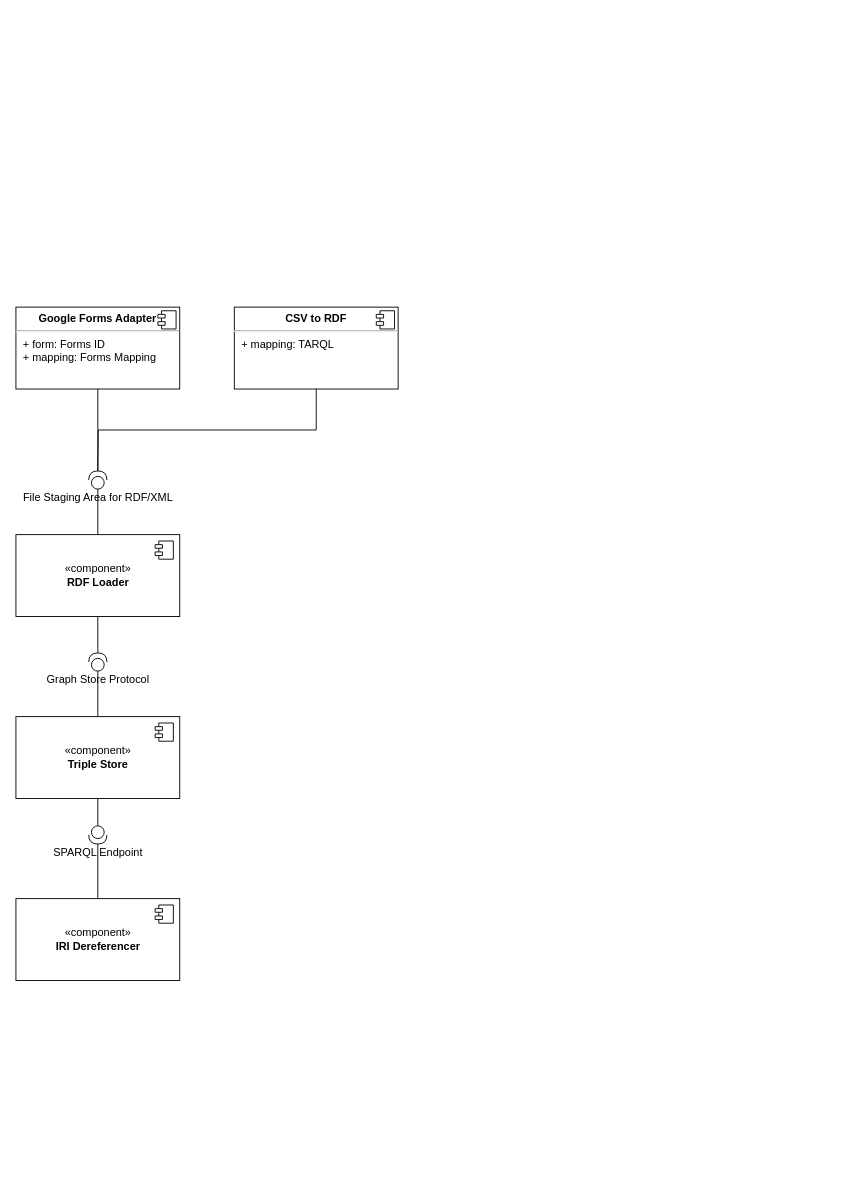
This is page "UML Component Diagram" (2 of 2) of DigitalLibrary/InputAdapters.drawio from miguel76/ECODIGIT-architecture, a draw.io file, before an edit. Source tidied: cells renumbered, new cells numbered last; positions are measured from the earlier drawing's top-left corner, leaving out a move shared by most shapes. Both pictures are drawn from the tidied source at 91%, with x=0, y=0 at pixel (15, 307).
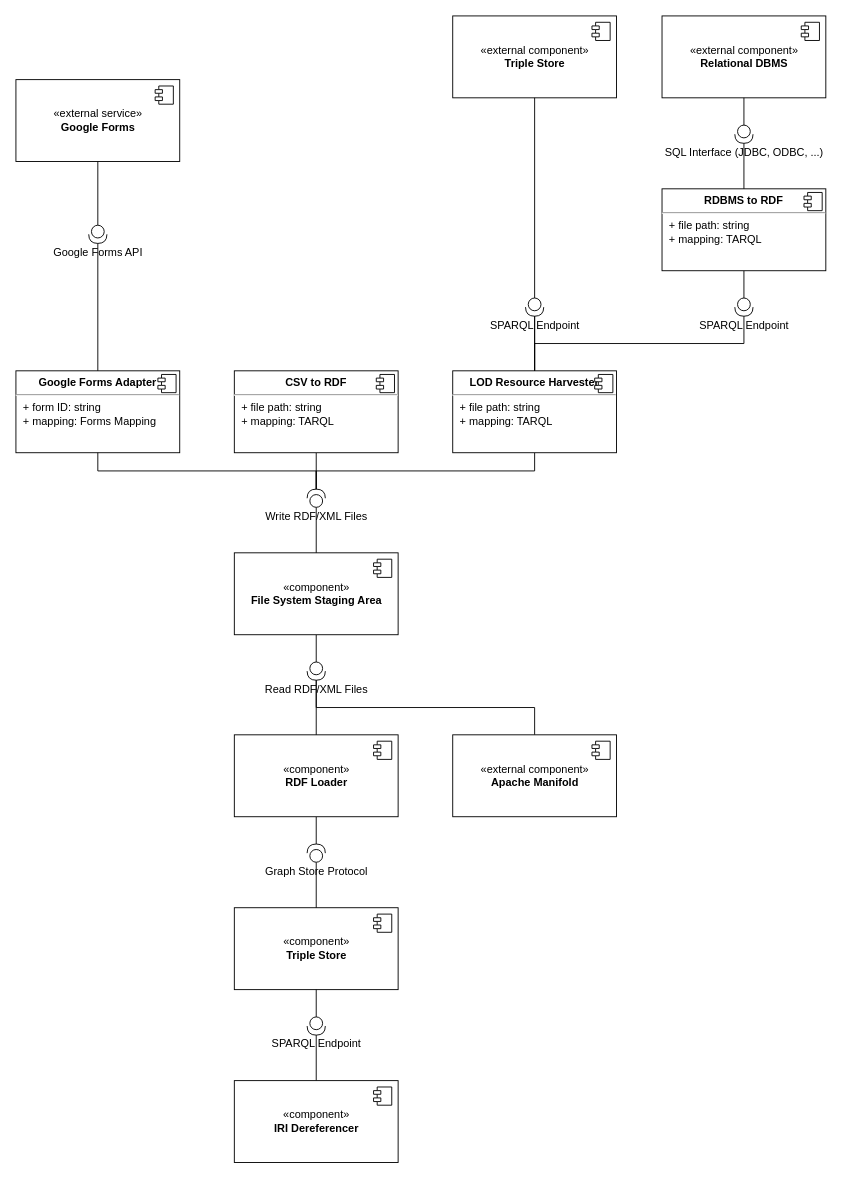
Above is the later version.

Diff of the diagram source:
```diff
@@
     <mxCell id="2" value="«component»&lt;br&gt;&lt;b&gt;Triple Store&lt;/b&gt;" style="html=1;" parent="1" vertex="1">
-      <mxGeometry y="450" width="180" height="90" as="geometry" />
+      <mxGeometry x="240" y="660" width="180" height="90" as="geometry" />
     </mxCell>
@@
-    <mxCell id="4" value="&lt;p style=&quot;margin: 0px ; margin-top: 6px ; text-align: center&quot;&gt;&lt;b&gt;Google Forms Adapter&lt;/b&gt;&lt;/p&gt;&lt;hr&gt;&lt;p style=&quot;margin: 0px ; margin-left: 8px&quot;&gt;+&amp;nbsp;&lt;span&gt;form&lt;/span&gt;&lt;span&gt;: Forms ID&lt;/span&gt;&lt;/p&gt;&lt;p style=&quot;margin: 0px ; margin-left: 8px&quot;&gt;+&amp;nbsp;&lt;span&gt;mapping&lt;/span&gt;&lt;span&gt;: Forms Mapping&lt;/span&gt;&lt;span&gt;&lt;br&gt;&lt;/span&gt;&lt;/p&gt;" style="align=left;overflow=fill;html=1;" parent="1" vertex="1">
-      <mxGeometry width="180" height="90" as="geometry" />
+    <mxCell id="4" value="&lt;p style=&quot;margin: 0px ; margin-top: 6px ; text-align: center&quot;&gt;&lt;b&gt;Google Forms Adapter&lt;/b&gt;&lt;/p&gt;&lt;hr&gt;&lt;p style=&quot;margin: 0px ; margin-left: 8px&quot;&gt;+&amp;nbsp;&lt;span&gt;form ID&lt;/span&gt;&lt;span&gt;: string&lt;/span&gt;&lt;/p&gt;&lt;p style=&quot;margin: 0px ; margin-left: 8px&quot;&gt;+&amp;nbsp;&lt;span&gt;mapping&lt;/span&gt;&lt;span&gt;: Forms Mapping&lt;/span&gt;&lt;span&gt;&lt;br&gt;&lt;/span&gt;&lt;/p&gt;" style="align=left;overflow=fill;html=1;" parent="1" vertex="1">
+      <mxGeometry y="70" width="180" height="90" as="geometry" />
     </mxCell>
@@
     <mxCell id="8" value="SPARQL Endpoint" style="shape=providedRequiredInterface;html=1;verticalLabelPosition=bottom;direction=south;" parent="1" vertex="1">
-      <mxGeometry x="80" y="570" width="20" height="20" as="geometry" />
+      <mxGeometry x="320" y="780" width="20" height="20" as="geometry" />
     </mxCell>
@@
     <mxCell id="11" value="Graph Store Protocol" style="shape=providedRequiredInterface;html=1;verticalLabelPosition=bottom;direction=north;" parent="1" vertex="1">
-      <mxGeometry x="80" y="380" width="20" height="20" as="geometry" />
+      <mxGeometry x="320" y="590" width="20" height="20" as="geometry" />
     </mxCell>
     <mxCell id="12" value="«component»&lt;br&gt;&lt;b&gt;IRI Dereferencer&lt;/b&gt;" style="html=1;" parent="1" vertex="1">
-      <mxGeometry y="650" width="180" height="90" as="geometry" />
+      <mxGeometry x="240" y="850" width="180" height="90" as="geometry" />
     </mxCell>
@@
     <mxCell id="14" value="«component»&lt;br&gt;&lt;b&gt;RDF Loader&lt;/b&gt;" style="html=1;" parent="1" vertex="1">
-      <mxGeometry y="250" width="180" height="90" as="geometry" />
+      <mxGeometry x="240" y="470" width="180" height="90" as="geometry" />
     </mxCell>
@@
-    <mxCell id="16" style="edgeStyle=orthogonalEdgeStyle;rounded=0;jettySize=auto;html=1;exitX=0;exitY=0.5;exitDx=0;exitDy=0;exitPerimeter=0;entryX=0.5;entryY=0;entryDx=0;entryDy=0;endArrow=none;endFill=0;" parent="1" edge="1" source="18" target="14">
-      <mxGeometry relative="1" as="geometry" />
-    </mxCell>
-    <mxCell id="17" style="edgeStyle=orthogonalEdgeStyle;rounded=0;jettySize=auto;html=1;exitX=1;exitY=0.5;exitDx=0;exitDy=0;entryX=0.5;entryY=1;entryDx=0;entryDy=0;endArrow=none;endFill=0;exitPerimeter=0;" parent="1" edge="1" source="18" target="4">
+    <mxCell id="17" style="edgeStyle=orthogonalEdgeStyle;rounded=0;jettySize=auto;html=1;exitX=1;exitY=0.5;exitDx=0;exitDy=0;entryX=0.5;entryY=1;entryDx=0;entryDy=0;endArrow=none;endFill=0;exitPerimeter=0;" parent="1" edge="1" source="41" target="4">
       <mxGeometry relative="1" as="geometry" />
     </mxCell>
-    <mxCell id="18" value="File Staging Area for RDF/XML" style="shape=providedRequiredInterface;html=1;verticalLabelPosition=bottom;direction=north;" parent="1" vertex="1">
-      <mxGeometry x="80" y="180" width="20" height="20" as="geometry" />
-    </mxCell>
-    <mxCell id="19" style="edgeStyle=orthogonalEdgeStyle;rounded=0;jettySize=auto;html=1;exitX=0.5;exitY=1;exitDx=0;exitDy=0;endArrow=none;endFill=0;" parent="1" edge="1" source="20">
-      <mxGeometry relative="1" as="geometry">
-        <mxPoint x="90" y="180" as="targetPoint" />
-      </mxGeometry>
+    <mxCell id="19" style="edgeStyle=orthogonalEdgeStyle;rounded=0;jettySize=auto;html=1;exitX=0.5;exitY=1;exitDx=0;exitDy=0;endArrow=none;endFill=0;entryX=1;entryY=0.5;entryDx=0;entryDy=0;entryPerimeter=0;" parent="1" edge="1" source="20" target="41">
+      <mxGeometry relative="1" as="geometry" />
     </mxCell>
-    <mxCell id="20" value="&lt;p style=&quot;margin: 0px ; margin-top: 6px ; text-align: center&quot;&gt;&lt;b&gt;CSV to RDF&lt;/b&gt;&lt;/p&gt;&lt;hr&gt;&lt;p style=&quot;margin: 0px ; margin-left: 8px&quot;&gt;+ mapping: TARQL&lt;/p&gt;" style="align=left;overflow=fill;html=1;" parent="1" vertex="1">
-      <mxGeometry x="240" width="180" height="90" as="geometry" />
+    <mxCell id="20" value="&lt;p style=&quot;margin: 0px ; margin-top: 6px ; text-align: center&quot;&gt;&lt;b&gt;CSV to RDF&lt;/b&gt;&lt;/p&gt;&lt;hr&gt;&lt;p style=&quot;margin: 0px ; margin-left: 8px&quot;&gt;+ file path: string&lt;/p&gt;&lt;p style=&quot;margin: 0px ; margin-left: 8px&quot;&gt;+ mapping: TARQL&lt;br&gt;&lt;/p&gt;" style="align=left;overflow=fill;html=1;" parent="1" vertex="1">
+      <mxGeometry x="240" y="70" width="180" height="90" as="geometry" />
     </mxCell>
@@
+    <mxCell id="22" style="edgeStyle=orthogonalEdgeStyle;rounded=0;jettySize=auto;html=1;exitX=0.5;exitY=1;exitDx=0;exitDy=0;entryX=1;entryY=0.5;entryDx=0;entryDy=0;entryPerimeter=0;endArrow=none;endFill=0;" parent="1" edge="1" source="23" target="41">
+      <mxGeometry relative="1" as="geometry" />
+    </mxCell>
+    <mxCell id="23" value="&lt;p style=&quot;margin: 0px ; margin-top: 6px ; text-align: center&quot;&gt;&lt;b&gt;LOD Resource Harvester&lt;/b&gt;&lt;/p&gt;&lt;hr&gt;&lt;p style=&quot;margin: 0px ; margin-left: 8px&quot;&gt;+ file path: string&lt;/p&gt;&lt;p style=&quot;margin: 0px ; margin-left: 8px&quot;&gt;+ mapping: TARQL&lt;br&gt;&lt;/p&gt;" style="align=left;overflow=fill;html=1;" parent="1" vertex="1">
+      <mxGeometry x="480" y="70" width="180" height="90" as="geometry" />
+    </mxCell>
+    <mxCell id="24" style="shape=component;jettyWidth=8;jettyHeight=4;" parent="23" vertex="1">
+      <mxGeometry x="1" width="20" height="20" relative="1" as="geometry">
+        <mxPoint x="-24" y="4" as="offset" />
+      </mxGeometry>
+    </mxCell>
+    <mxCell id="25" style="edgeStyle=orthogonalEdgeStyle;rounded=0;jettySize=auto;html=1;exitX=0.5;exitY=1;exitDx=0;exitDy=0;entryX=0;entryY=0.5;entryDx=0;entryDy=0;entryPerimeter=0;endArrow=none;endFill=0;" parent="1" edge="1" source="26" target="50">
+      <mxGeometry relative="1" as="geometry" />
+    </mxCell>
+    <mxCell id="26" value="&lt;p style=&quot;margin: 0px ; margin-top: 6px ; text-align: center&quot;&gt;&lt;b&gt;RDBMS to RDF&lt;/b&gt;&lt;/p&gt;&lt;hr&gt;&lt;p style=&quot;margin: 0px ; margin-left: 8px&quot;&gt;+ file path: string&lt;/p&gt;&lt;p style=&quot;margin: 0px ; margin-left: 8px&quot;&gt;+ mapping: TARQL&lt;br&gt;&lt;/p&gt;" style="align=left;overflow=fill;html=1;" parent="1" vertex="1">
+      <mxGeometry x="710" y="-130" width="180" height="90" as="geometry" />
+    </mxCell>
+    <mxCell id="27" style="shape=component;jettyWidth=8;jettyHeight=4;" parent="26" vertex="1">
+      <mxGeometry x="1" width="20" height="20" relative="1" as="geometry">
+        <mxPoint x="-24" y="4" as="offset" />
+      </mxGeometry>
+    </mxCell>
+    <mxCell id="28" value="«external service»&lt;br&gt;&lt;b&gt;Google Forms&lt;/b&gt;" style="html=1;" parent="1" vertex="1">
+      <mxGeometry y="-250" width="180" height="90" as="geometry" />
+    </mxCell>
+    <mxCell id="29" style="shape=component;jettyWidth=8;jettyHeight=4;" parent="28" vertex="1">
+      <mxGeometry x="1" width="20" height="20" relative="1" as="geometry">
+        <mxPoint x="-27" y="7" as="offset" />
+      </mxGeometry>
+    </mxCell>
+    <mxCell id="30" value="«external component»&lt;br&gt;&lt;b&gt;Triple Store&lt;/b&gt;" style="html=1;" parent="1" vertex="1">
+      <mxGeometry x="480" y="-320" width="180" height="90" as="geometry" />
+    </mxCell>
+    <mxCell id="31" style="shape=component;jettyWidth=8;jettyHeight=4;" parent="30" vertex="1">
+      <mxGeometry x="1" width="20" height="20" relative="1" as="geometry">
+        <mxPoint x="-27" y="7" as="offset" />
+      </mxGeometry>
+    </mxCell>
+    <mxCell id="32" value="«external component»&lt;br&gt;&lt;b&gt;Relational DBMS&lt;/b&gt;" style="html=1;" parent="1" vertex="1">
+      <mxGeometry x="710" y="-320" width="180" height="90" as="geometry" />
+    </mxCell>
+    <mxCell id="33" style="shape=component;jettyWidth=8;jettyHeight=4;" parent="32" vertex="1">
+      <mxGeometry x="1" width="20" height="20" relative="1" as="geometry">
+        <mxPoint x="-27" y="7" as="offset" />
+      </mxGeometry>
+    </mxCell>
+    <mxCell id="34" style="edgeStyle=orthogonalEdgeStyle;rounded=0;jettySize=auto;html=1;exitX=0;exitY=0.5;exitDx=0;exitDy=0;exitPerimeter=0;entryX=0.5;entryY=1;entryDx=0;entryDy=0;endArrow=none;endFill=0;" parent="1" edge="1" source="36" target="28">
+      <mxGeometry relative="1" as="geometry" />
+    </mxCell>
+    <mxCell id="35" style="edgeStyle=orthogonalEdgeStyle;rounded=0;jettySize=auto;html=1;exitX=1;exitY=0.5;exitDx=0;exitDy=0;exitPerimeter=0;entryX=0.5;entryY=0;entryDx=0;entryDy=0;endArrow=none;endFill=0;" parent="1" edge="1" source="36" target="4">
+      <mxGeometry relative="1" as="geometry" />
+    </mxCell>
+    <mxCell id="36" value="Google Forms API" style="shape=providedRequiredInterface;html=1;verticalLabelPosition=bottom;direction=south;" parent="1" vertex="1">
+      <mxGeometry x="80" y="-90" width="20" height="20" as="geometry" />
+    </mxCell>
+    <mxCell id="37" style="edgeStyle=orthogonalEdgeStyle;rounded=0;jettySize=auto;html=1;exitX=0.5;exitY=1;exitDx=0;exitDy=0;entryX=0;entryY=0.5;entryDx=0;entryDy=0;entryPerimeter=0;endArrow=none;endFill=0;" parent="1" edge="1" source="38" target="43">
+      <mxGeometry relative="1" as="geometry" />
+    </mxCell>
+    <mxCell id="38" value="«component»&lt;br&gt;&lt;b&gt;File System Staging Area&lt;/b&gt;" style="html=1;" parent="1" vertex="1">
+      <mxGeometry x="240" y="270" width="180" height="90" as="geometry" />
+    </mxCell>
+    <mxCell id="39" style="shape=component;jettyWidth=8;jettyHeight=4;" parent="38" vertex="1">
+      <mxGeometry x="1" width="20" height="20" relative="1" as="geometry">
+        <mxPoint x="-27" y="7" as="offset" />
+      </mxGeometry>
+    </mxCell>
+    <mxCell id="40" style="edgeStyle=orthogonalEdgeStyle;rounded=0;jettySize=auto;html=1;exitX=0;exitY=0.5;exitDx=0;exitDy=0;exitPerimeter=0;entryX=0.5;entryY=0;entryDx=0;entryDy=0;endArrow=none;endFill=0;" parent="1" edge="1" source="41" target="38">
+      <mxGeometry relative="1" as="geometry" />
+    </mxCell>
+    <mxCell id="41" value="Write RDF/XML Files" style="shape=providedRequiredInterface;html=1;verticalLabelPosition=bottom;direction=north;" parent="1" vertex="1">
+      <mxGeometry x="320" y="200" width="20" height="20" as="geometry" />
+    </mxCell>
+    <mxCell id="42" style="edgeStyle=orthogonalEdgeStyle;rounded=0;jettySize=auto;html=1;exitX=1;exitY=0.5;exitDx=0;exitDy=0;exitPerimeter=0;entryX=0.5;entryY=0;entryDx=0;entryDy=0;endArrow=none;endFill=0;" parent="1" edge="1" source="43" target="14">
+      <mxGeometry relative="1" as="geometry" />
+    </mxCell>
+    <mxCell id="43" value="Read RDF/XML Files" style="shape=providedRequiredInterface;html=1;verticalLabelPosition=bottom;direction=south;" parent="1" vertex="1">
+      <mxGeometry x="320" y="390" width="20" height="20" as="geometry" />
+    </mxCell>
+    <mxCell id="44" style="edgeStyle=orthogonalEdgeStyle;rounded=0;jettySize=auto;html=1;exitX=0.5;exitY=0;exitDx=0;exitDy=0;entryX=1;entryY=0.5;entryDx=0;entryDy=0;entryPerimeter=0;endArrow=none;endFill=0;" parent="1" edge="1" source="45" target="43">
+      <mxGeometry relative="1" as="geometry" />
+    </mxCell>
+    <mxCell id="45" value="«external component»&lt;br&gt;&lt;b&gt;Apache Manifold&lt;/b&gt;" style="html=1;" parent="1" vertex="1">
+      <mxGeometry x="480" y="470" width="180" height="90" as="geometry" />
+    </mxCell>
+    <mxCell id="46" style="shape=component;jettyWidth=8;jettyHeight=4;" parent="45" vertex="1">
+      <mxGeometry x="1" width="20" height="20" relative="1" as="geometry">
+        <mxPoint x="-27" y="7" as="offset" />
+      </mxGeometry>
+    </mxCell>
+    <mxCell id="47" style="edgeStyle=orthogonalEdgeStyle;rounded=0;jettySize=auto;html=1;exitX=0;exitY=0.5;exitDx=0;exitDy=0;exitPerimeter=0;entryX=0.5;entryY=1;entryDx=0;entryDy=0;endArrow=none;endFill=0;" parent="1" edge="1" source="54" target="30">
+      <mxGeometry relative="1" as="geometry" />
+    </mxCell>
+    <mxCell id="48" style="edgeStyle=orthogonalEdgeStyle;rounded=0;jettySize=auto;html=1;exitX=1;exitY=0.5;exitDx=0;exitDy=0;exitPerimeter=0;entryX=0.5;entryY=0;entryDx=0;entryDy=0;endArrow=none;endFill=0;" parent="1" edge="1" source="54" target="23">
+      <mxGeometry relative="1" as="geometry" />
+    </mxCell>
+    <mxCell id="49" style="edgeStyle=orthogonalEdgeStyle;rounded=0;jettySize=auto;html=1;exitX=1;exitY=0.5;exitDx=0;exitDy=0;exitPerimeter=0;entryX=0.5;entryY=0;entryDx=0;entryDy=0;endArrow=none;endFill=0;" parent="1" edge="1" source="54" target="23">
+      <mxGeometry relative="1" as="geometry" />
+    </mxCell>
+    <mxCell id="50" value="SPARQL Endpoint" style="shape=providedRequiredInterface;html=1;verticalLabelPosition=bottom;direction=south;" parent="1" vertex="1">
+      <mxGeometry x="790" y="-10" width="20" height="20" as="geometry" />
+    </mxCell>
+    <mxCell id="51" style="edgeStyle=orthogonalEdgeStyle;rounded=0;jettySize=auto;html=1;exitX=0;exitY=0.5;exitDx=0;exitDy=0;exitPerimeter=0;entryX=0.5;entryY=1;entryDx=0;entryDy=0;endArrow=none;endFill=0;" parent="1" edge="1" source="53" target="32">
+      <mxGeometry relative="1" as="geometry" />
+    </mxCell>
+    <mxCell id="52" style="edgeStyle=orthogonalEdgeStyle;rounded=0;jettySize=auto;html=1;exitX=1;exitY=0.5;exitDx=0;exitDy=0;exitPerimeter=0;entryX=0.5;entryY=0;entryDx=0;entryDy=0;endArrow=none;endFill=0;" parent="1" edge="1" source="53" target="26">
+      <mxGeometry relative="1" as="geometry" />
+    </mxCell>
+    <mxCell id="53" value="SQL Interface (JDBC, ODBC, ...)" style="shape=providedRequiredInterface;html=1;verticalLabelPosition=bottom;direction=south;" parent="1" vertex="1">
+      <mxGeometry x="790" y="-200" width="20" height="20" as="geometry" />
+    </mxCell>
+    <mxCell id="54" value="SPARQL Endpoint" style="shape=providedRequiredInterface;html=1;verticalLabelPosition=bottom;direction=south;" parent="1" vertex="1">
+      <mxGeometry x="560" y="-10" width="20" height="20" as="geometry" />
+    </mxCell>
+    <mxCell id="55" style="edgeStyle=orthogonalEdgeStyle;rounded=0;jettySize=auto;html=1;exitX=1;exitY=0.5;exitDx=0;exitDy=0;exitPerimeter=0;entryX=0.5;entryY=0;entryDx=0;entryDy=0;endArrow=none;endFill=0;" parent="1" edge="1" source="50" target="23">
+      <mxGeometry relative="1" as="geometry">
+        <Array as="points">
+          <mxPoint x="800" y="40" />
+          <mxPoint x="570" y="40" />
+        </Array>
+      </mxGeometry>
+    </mxCell>
```
